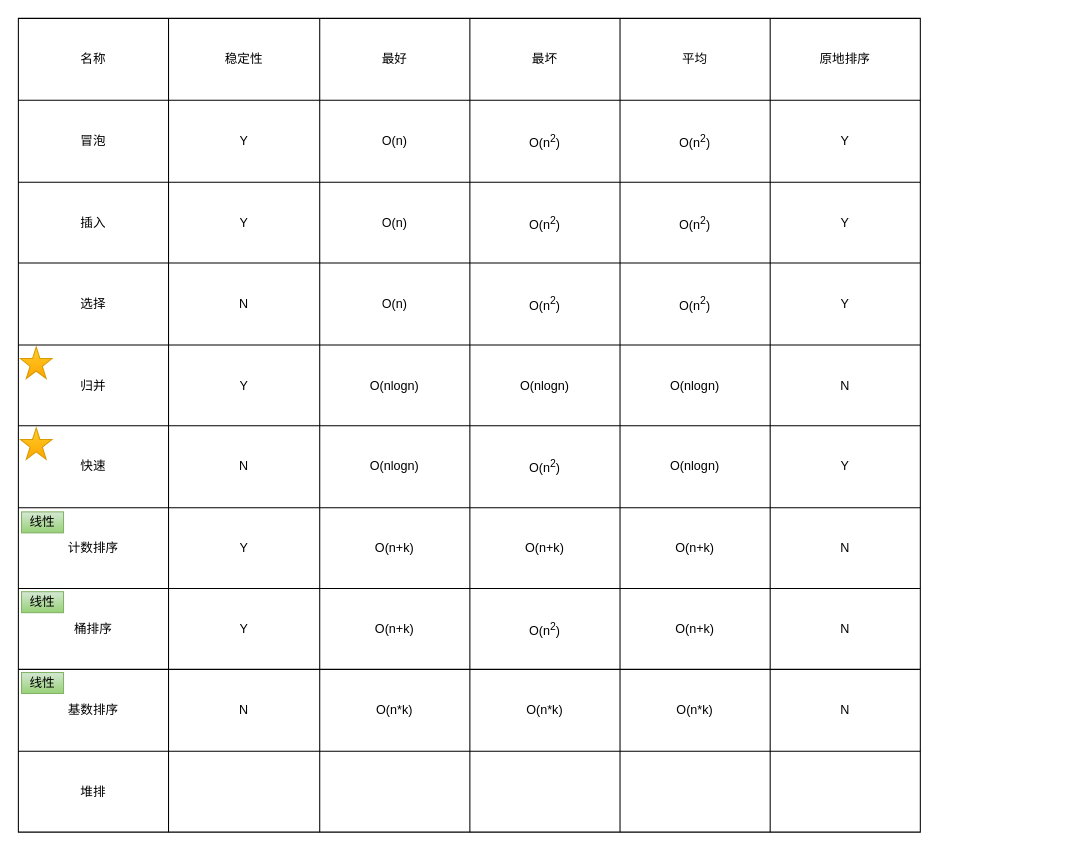
The draw.io diagram page "排序" (2 of 2) of 算法与数据结构.drawio in bayern01kahn/Tech_Diagrams, before the edit. Source tidied: cells renumbered, new cells numbered last; positions are measured from the earlier drawing's top-left corner, leaving out a move shared by most shapes. Both pictures are drawn from the tidied source at 105%, with x=0, y=0 at pixel (18, 18).
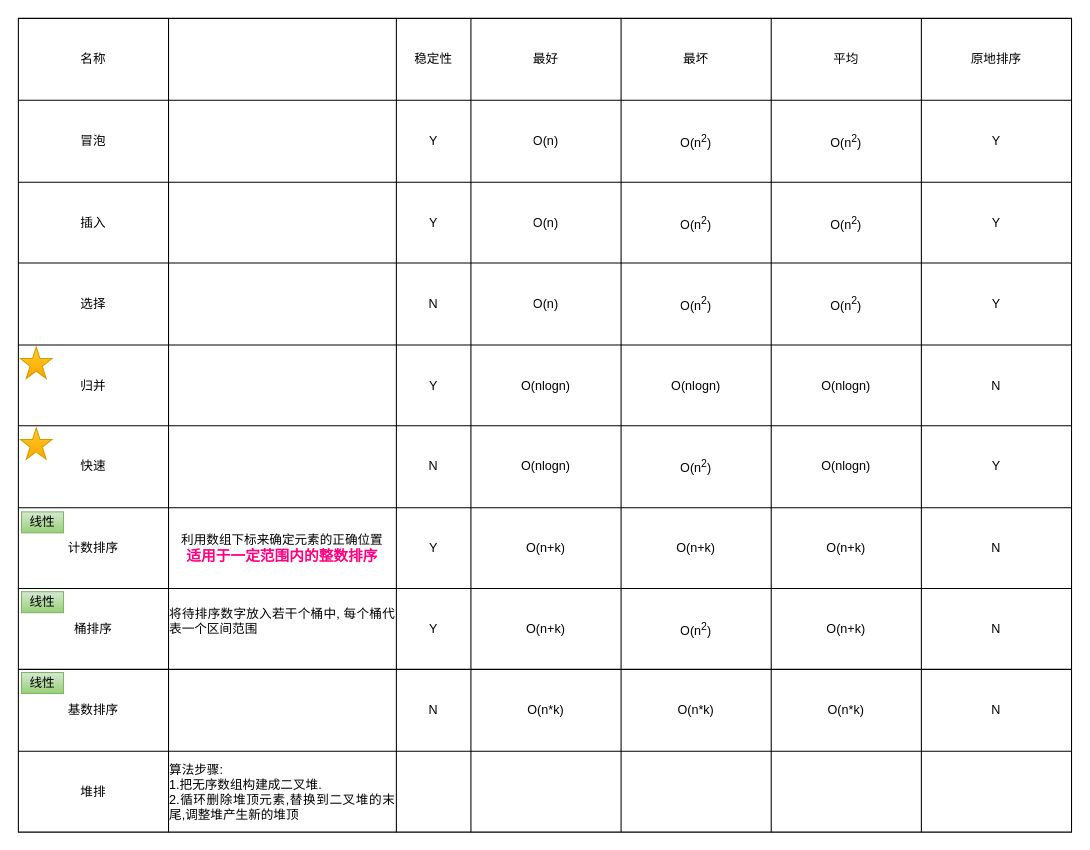
The same diagram, later.

What changed in the source:
```diff
@@
     <mxCell id="2" style="shape=table;html=1;whiteSpace=wrap;startSize=0;childLayout=tableLayout;strokeColor=#000000;fillColor=#ffffff;" parent="1" vertex="1">
-      <mxGeometry width="859" height="775" as="geometry" />
+      <mxGeometry width="1003" height="775" as="geometry" />
     </mxCell>
     <mxCell id="3" style="shape=partialRectangle;html=1;whiteSpace=wrap;fillColor=none;top=0;left=0;bottom=0;right=0;" parent="2" vertex="1">
-      <mxGeometry width="859" height="78" as="geometry" />
+      <mxGeometry width="1003" height="78" as="geometry" />
     </mxCell>
@@
+    <mxCell id="78" style="shape=partialRectangle;html=1;whiteSpace=wrap;fillColor=none;top=0;left=0;bottom=0;right=0;overflow=hidden;" parent="3" vertex="1">
+      <mxGeometry x="143" width="217" height="78" as="geometry" />
+    </mxCell>
     <mxCell id="5" value="稳定性" style="shape=partialRectangle;html=1;whiteSpace=wrap;fillColor=none;top=0;left=0;bottom=0;right=0;overflow=hidden;" parent="3" vertex="1">
-      <mxGeometry x="143" width="144" height="78" as="geometry" />
+      <mxGeometry x="360" width="71" height="78" as="geometry" />
     </mxCell>
     <mxCell id="6" value="最好" style="shape=partialRectangle;html=1;whiteSpace=wrap;fillColor=none;top=0;left=0;bottom=0;right=0;overflow=hidden;" parent="3" vertex="1">
-      <mxGeometry x="287" width="143" height="78" as="geometry" />
+      <mxGeometry x="431" width="143" height="78" as="geometry" />
     </mxCell>
     <mxCell id="7" value="最坏" style="shape=partialRectangle;html=1;whiteSpace=wrap;fillColor=none;top=0;left=0;bottom=0;right=0;overflow=hidden;" parent="3" vertex="1">
-      <mxGeometry x="430" width="143" height="78" as="geometry" />
+      <mxGeometry x="574" width="143" height="78" as="geometry" />
     </mxCell>
     <mxCell id="8" value="平均" style="shape=partialRectangle;html=1;whiteSpace=wrap;fillColor=none;top=0;left=0;bottom=0;right=0;overflow=hidden;" parent="3" vertex="1">
-      <mxGeometry x="573" width="143" height="78" as="geometry" />
+      <mxGeometry x="717" width="143" height="78" as="geometry" />
     </mxCell>
     <mxCell id="9" value="原地排序" style="shape=partialRectangle;html=1;whiteSpace=wrap;fillColor=none;top=0;left=0;bottom=0;right=0;overflow=hidden;" parent="3" vertex="1">
-      <mxGeometry x="716" width="143" height="78" as="geometry" />
+      <mxGeometry x="860" width="143" height="78" as="geometry" />
     </mxCell>
     <mxCell id="10" style="shape=partialRectangle;html=1;whiteSpace=wrap;fillColor=none;top=0;left=0;bottom=0;right=0;" parent="2" vertex="1">
-      <mxGeometry y="78" width="859" height="78" as="geometry" />
+      <mxGeometry y="78" width="1003" height="78" as="geometry" />
     </mxCell>
@@
+    <mxCell id="79" style="shape=partialRectangle;html=1;whiteSpace=wrap;fillColor=none;top=0;left=0;bottom=0;right=0;overflow=hidden;" parent="10" vertex="1">
+      <mxGeometry x="143" width="217" height="78" as="geometry" />
+    </mxCell>
     <mxCell id="12" value="Y" style="shape=partialRectangle;html=1;whiteSpace=wrap;fillColor=none;top=0;left=0;bottom=0;right=0;overflow=hidden;" parent="10" vertex="1">
-      <mxGeometry x="143" width="144" height="78" as="geometry" />
+      <mxGeometry x="360" width="71" height="78" as="geometry" />
     </mxCell>
     <mxCell id="13" value="O(n)" style="shape=partialRectangle;html=1;whiteSpace=wrap;fillColor=none;top=0;left=0;bottom=0;right=0;overflow=hidden;" parent="10" vertex="1">
-      <mxGeometry x="287" width="143" height="78" as="geometry" />
+      <mxGeometry x="431" width="143" height="78" as="geometry" />
     </mxCell>
     <mxCell id="14" value="O(n&lt;sup&gt;2&lt;/sup&gt;)" style="shape=partialRectangle;html=1;whiteSpace=wrap;fillColor=none;top=0;left=0;bottom=0;right=0;overflow=hidden;" parent="10" vertex="1">
-      <mxGeometry x="430" width="143" height="78" as="geometry" />
+      <mxGeometry x="574" width="143" height="78" as="geometry" />
     </mxCell>
     <mxCell id="15" value="&lt;span&gt;O(n&lt;/span&gt;&lt;sup&gt;2&lt;/sup&gt;&lt;span&gt;)&lt;/span&gt;" style="shape=partialRectangle;html=1;whiteSpace=wrap;fillColor=none;top=0;left=0;bottom=0;right=0;overflow=hidden;" parent="10" vertex="1">
-      <mxGeometry x="573" width="143" height="78" as="geometry" />
+      <mxGeometry x="717" width="143" height="78" as="geometry" />
     </mxCell>
     <mxCell id="16" value="Y" style="shape=partialRectangle;html=1;whiteSpace=wrap;fillColor=none;top=0;left=0;bottom=0;right=0;overflow=hidden;" parent="10" vertex="1">
-      <mxGeometry x="716" width="143" height="78" as="geometry" />
+      <mxGeometry x="860" width="143" height="78" as="geometry" />
     </mxCell>
     <mxCell id="17" style="shape=partialRectangle;html=1;whiteSpace=wrap;fillColor=none;top=0;left=0;bottom=0;right=0;" parent="2" vertex="1">
-      <mxGeometry y="156" width="859" height="77" as="geometry" />
+      <mxGeometry y="156" width="1003" height="77" as="geometry" />
     </mxCell>
@@
+    <mxCell id="80" style="shape=partialRectangle;html=1;whiteSpace=wrap;fillColor=none;top=0;left=0;bottom=0;right=0;overflow=hidden;" parent="17" vertex="1">
+      <mxGeometry x="143" width="217" height="77" as="geometry" />
+    </mxCell>
     <mxCell id="19" value="Y" style="shape=partialRectangle;html=1;whiteSpace=wrap;fillColor=none;top=0;left=0;bottom=0;right=0;overflow=hidden;" parent="17" vertex="1">
-      <mxGeometry x="143" width="144" height="77" as="geometry" />
+      <mxGeometry x="360" width="71" height="77" as="geometry" />
     </mxCell>
     <mxCell id="20" value="&lt;span&gt;O(n)&lt;/span&gt;" style="shape=partialRectangle;html=1;whiteSpace=wrap;fillColor=none;top=0;left=0;bottom=0;right=0;overflow=hidden;" parent="17" vertex="1">
-      <mxGeometry x="287" width="143" height="77" as="geometry" />
+      <mxGeometry x="431" width="143" height="77" as="geometry" />
     </mxCell>
     <mxCell id="21" value="&lt;span&gt;O(n&lt;/span&gt;&lt;sup&gt;2&lt;/sup&gt;&lt;span&gt;)&lt;/span&gt;" style="shape=partialRectangle;html=1;whiteSpace=wrap;fillColor=none;top=0;left=0;bottom=0;right=0;overflow=hidden;" parent="17" vertex="1">
-      <mxGeometry x="430" width="143" height="77" as="geometry" />
+      <mxGeometry x="574" width="143" height="77" as="geometry" />
     </mxCell>
     <mxCell id="22" value="&lt;span&gt;O(n&lt;/span&gt;&lt;sup&gt;2&lt;/sup&gt;&lt;span&gt;)&lt;/span&gt;" style="shape=partialRectangle;html=1;whiteSpace=wrap;fillColor=none;top=0;left=0;bottom=0;right=0;overflow=hidden;" parent="17" vertex="1">
-      <mxGeometry x="573" width="143" height="77" as="geometry" />
+      <mxGeometry x="717" width="143" height="77" as="geometry" />
     </mxCell>
     <mxCell id="23" value="Y" style="shape=partialRectangle;html=1;whiteSpace=wrap;fillColor=none;top=0;left=0;bottom=0;right=0;overflow=hidden;" parent="17" vertex="1">
-      <mxGeometry x="716" width="143" height="77" as="geometry" />
+      <mxGeometry x="860" width="143" height="77" as="geometry" />
     </mxCell>
     <mxCell id="24" style="shape=partialRectangle;html=1;whiteSpace=wrap;fillColor=none;top=0;left=0;bottom=0;right=0;" parent="2" vertex="1">
-      <mxGeometry y="233" width="859" height="78" as="geometry" />
+      <mxGeometry y="233" width="1003" height="78" as="geometry" />
     </mxCell>
@@
+    <mxCell id="81" style="shape=partialRectangle;html=1;whiteSpace=wrap;fillColor=none;top=0;left=0;bottom=0;right=0;overflow=hidden;" parent="24" vertex="1">
+      <mxGeometry x="143" width="217" height="78" as="geometry" />
+    </mxCell>
     <mxCell id="26" value="N" style="shape=partialRectangle;html=1;whiteSpace=wrap;fillColor=none;top=0;left=0;bottom=0;right=0;overflow=hidden;" parent="24" vertex="1">
-      <mxGeometry x="143" width="144" height="78" as="geometry" />
+      <mxGeometry x="360" width="71" height="78" as="geometry" />
     </mxCell>
     <mxCell id="27" value="&lt;span&gt;O(n)&lt;/span&gt;" style="shape=partialRectangle;html=1;whiteSpace=wrap;fillColor=none;top=0;left=0;bottom=0;right=0;overflow=hidden;" parent="24" vertex="1">
-      <mxGeometry x="287" width="143" height="78" as="geometry" />
+      <mxGeometry x="431" width="143" height="78" as="geometry" />
     </mxCell>
     <mxCell id="28" value="&lt;span&gt;O(n&lt;/span&gt;&lt;sup&gt;2&lt;/sup&gt;&lt;span&gt;)&lt;/span&gt;" style="shape=partialRectangle;html=1;whiteSpace=wrap;fillColor=none;top=0;left=0;bottom=0;right=0;overflow=hidden;" parent="24" vertex="1">
-      <mxGeometry x="430" width="143" height="78" as="geometry" />
+      <mxGeometry x="574" width="143" height="78" as="geometry" />
     </mxCell>
     <mxCell id="29" value="&lt;span&gt;O(n&lt;/span&gt;&lt;sup&gt;2&lt;/sup&gt;&lt;span&gt;)&lt;/span&gt;" style="shape=partialRectangle;html=1;whiteSpace=wrap;fillColor=none;top=0;left=0;bottom=0;right=0;overflow=hidden;" parent="24" vertex="1">
-      <mxGeometry x="573" width="143" height="78" as="geometry" />
+      <mxGeometry x="717" width="143" height="78" as="geometry" />
     </mxCell>
     <mxCell id="30" value="Y" style="shape=partialRectangle;html=1;whiteSpace=wrap;fillColor=none;top=0;left=0;bottom=0;right=0;overflow=hidden;" parent="24" vertex="1">
-      <mxGeometry x="716" width="143" height="78" as="geometry" />
+      <mxGeometry x="860" width="143" height="78" as="geometry" />
     </mxCell>
     <mxCell id="31" style="shape=partialRectangle;html=1;whiteSpace=wrap;fillColor=none;top=0;left=0;bottom=0;right=0;" parent="2" vertex="1">
-      <mxGeometry y="311" width="859" height="77" as="geometry" />
+      <mxGeometry y="311" width="1003" height="77" as="geometry" />
     </mxCell>
@@
+    <mxCell id="82" style="shape=partialRectangle;html=1;whiteSpace=wrap;fillColor=none;top=0;left=0;bottom=0;right=0;overflow=hidden;" parent="31" vertex="1">
+      <mxGeometry x="143" width="217" height="77" as="geometry" />
+    </mxCell>
     <mxCell id="33" value="Y" style="shape=partialRectangle;html=1;whiteSpace=wrap;fillColor=none;top=0;left=0;bottom=0;right=0;overflow=hidden;" parent="31" vertex="1">
-      <mxGeometry x="143" width="144" height="77" as="geometry" />
+      <mxGeometry x="360" width="71" height="77" as="geometry" />
     </mxCell>
     <mxCell id="34" value="&lt;span&gt;O(nlogn)&lt;/span&gt;" style="shape=partialRectangle;html=1;whiteSpace=wrap;fillColor=none;top=0;left=0;bottom=0;right=0;overflow=hidden;" parent="31" vertex="1">
-      <mxGeometry x="287" width="143" height="77" as="geometry" />
+      <mxGeometry x="431" width="143" height="77" as="geometry" />
     </mxCell>
     <mxCell id="35" value="&lt;span&gt;O(nlogn)&lt;/span&gt;" style="shape=partialRectangle;html=1;whiteSpace=wrap;fillColor=none;top=0;left=0;bottom=0;right=0;overflow=hidden;" parent="31" vertex="1">
-      <mxGeometry x="430" width="143" height="77" as="geometry" />
+      <mxGeometry x="574" width="143" height="77" as="geometry" />
     </mxCell>
     <mxCell id="36" value="&lt;span&gt;O(nlogn)&lt;/span&gt;" style="shape=partialRectangle;html=1;whiteSpace=wrap;fillColor=none;top=0;left=0;bottom=0;right=0;overflow=hidden;" parent="31" vertex="1">
-      <mxGeometry x="573" width="143" height="77" as="geometry" />
+      <mxGeometry x="717" width="143" height="77" as="geometry" />
     </mxCell>
     <mxCell id="37" value="N" style="shape=partialRectangle;html=1;whiteSpace=wrap;fillColor=none;top=0;left=0;bottom=0;right=0;overflow=hidden;" parent="31" vertex="1">
-      <mxGeometry x="716" width="143" height="77" as="geometry" />
+      <mxGeometry x="860" width="143" height="77" as="geometry" />
     </mxCell>
     <mxCell id="38" style="shape=partialRectangle;html=1;whiteSpace=wrap;fillColor=none;top=0;left=0;bottom=0;right=0;" parent="2" vertex="1">
-      <mxGeometry y="388" width="859" height="78" as="geometry" />
+      <mxGeometry y="388" width="1003" height="78" as="geometry" />
     </mxCell>
@@
+    <mxCell id="83" style="shape=partialRectangle;html=1;whiteSpace=wrap;fillColor=none;top=0;left=0;bottom=0;right=0;overflow=hidden;" parent="38" vertex="1">
+      <mxGeometry x="143" width="217" height="78" as="geometry" />
+    </mxCell>
     <mxCell id="40" value="N" style="shape=partialRectangle;html=1;whiteSpace=wrap;fillColor=none;top=0;left=0;bottom=0;right=0;overflow=hidden;" parent="38" vertex="1">
-      <mxGeometry x="143" width="144" height="78" as="geometry" />
+      <mxGeometry x="360" width="71" height="78" as="geometry" />
     </mxCell>
     <mxCell id="41" value="O(nlogn)" style="shape=partialRectangle;html=1;whiteSpace=wrap;fillColor=none;top=0;left=0;bottom=0;right=0;overflow=hidden;" parent="38" vertex="1">
-      <mxGeometry x="287" width="143" height="78" as="geometry" />
+      <mxGeometry x="431" width="143" height="78" as="geometry" />
     </mxCell>
     <mxCell id="42" value="&lt;span&gt;O(n&lt;/span&gt;&lt;sup&gt;2&lt;/sup&gt;&lt;span&gt;)&lt;/span&gt;" style="shape=partialRectangle;html=1;whiteSpace=wrap;fillColor=none;top=0;left=0;bottom=0;right=0;overflow=hidden;" parent="38" vertex="1">
-      <mxGeometry x="430" width="143" height="78" as="geometry" />
+      <mxGeometry x="574" width="143" height="78" as="geometry" />
     </mxCell>
     <mxCell id="43" value="&lt;span&gt;O(nlogn)&lt;/span&gt;" style="shape=partialRectangle;html=1;whiteSpace=wrap;fillColor=none;top=0;left=0;bottom=0;right=0;overflow=hidden;" parent="38" vertex="1">
-      <mxGeometry x="573" width="143" height="78" as="geometry" />
+      <mxGeometry x="717" width="143" height="78" as="geometry" />
     </mxCell>
     <mxCell id="44" value="Y" style="shape=partialRectangle;html=1;whiteSpace=wrap;fillColor=none;top=0;left=0;bottom=0;right=0;overflow=hidden;" parent="38" vertex="1">
-      <mxGeometry x="716" width="143" height="78" as="geometry" />
+      <mxGeometry x="860" width="143" height="78" as="geometry" />
     </mxCell>
     <mxCell id="45" style="shape=partialRectangle;html=1;whiteSpace=wrap;fillColor=none;top=0;left=0;bottom=0;right=0;" parent="2" vertex="1">
-      <mxGeometry y="466" width="859" height="77" as="geometry" />
+      <mxGeometry y="466" width="1003" height="77" as="geometry" />
     </mxCell>
@@
+    <mxCell id="84" value="利用数组下标来确定元素的正确位置&lt;br&gt;&lt;b&gt;&lt;font style=&quot;font-size: 14px&quot; color=&quot;#ff0080&quot;&gt;适用于一定范围内的整数排序&lt;/font&gt;&lt;/b&gt;" style="shape=partialRectangle;html=1;whiteSpace=wrap;fillColor=none;top=0;left=0;bottom=0;right=0;overflow=hidden;" parent="45" vertex="1">
+      <mxGeometry x="143" width="217" height="77" as="geometry" />
+    </mxCell>
     <mxCell id="47" value="Y" style="shape=partialRectangle;html=1;whiteSpace=wrap;fillColor=none;top=0;left=0;bottom=0;right=0;overflow=hidden;" parent="45" vertex="1">
-      <mxGeometry x="143" width="144" height="77" as="geometry" />
+      <mxGeometry x="360" width="71" height="77" as="geometry" />
     </mxCell>
     <mxCell id="48" value="O(n+k)" style="shape=partialRectangle;html=1;whiteSpace=wrap;fillColor=none;top=0;left=0;bottom=0;right=0;overflow=hidden;" parent="45" vertex="1">
-      <mxGeometry x="287" width="143" height="77" as="geometry" />
+      <mxGeometry x="431" width="143" height="77" as="geometry" />
     </mxCell>
     <mxCell id="49" value="&lt;span&gt;O(n+k)&lt;/span&gt;" style="shape=partialRectangle;html=1;whiteSpace=wrap;fillColor=none;top=0;left=0;bottom=0;right=0;overflow=hidden;" parent="45" vertex="1">
-      <mxGeometry x="430" width="143" height="77" as="geometry" />
+      <mxGeometry x="574" width="143" height="77" as="geometry" />
     </mxCell>
     <mxCell id="50" value="&lt;span&gt;O(n+k)&lt;/span&gt;" style="shape=partialRectangle;html=1;whiteSpace=wrap;fillColor=none;top=0;left=0;bottom=0;right=0;overflow=hidden;" parent="45" vertex="1">
-      <mxGeometry x="573" width="143" height="77" as="geometry" />
+      <mxGeometry x="717" width="143" height="77" as="geometry" />
     </mxCell>
     <mxCell id="51" value="N" style="shape=partialRectangle;html=1;whiteSpace=wrap;fillColor=none;top=0;left=0;bottom=0;right=0;overflow=hidden;" parent="45" vertex="1">
-      <mxGeometry x="716" width="143" height="77" as="geometry" />
+      <mxGeometry x="860" width="143" height="77" as="geometry" />
     </mxCell>
     <mxCell id="52" style="shape=partialRectangle;html=1;whiteSpace=wrap;fillColor=none;top=0;left=0;bottom=0;right=0;" parent="2" vertex="1">
-      <mxGeometry y="543" width="859" height="77" as="geometry" />
+      <mxGeometry y="543" width="1003" height="77" as="geometry" />
     </mxCell>
@@
+    <mxCell id="85" value="&lt;div style=&quot;text-align: justify&quot;&gt;&lt;span&gt;将待排序数字放入&lt;/span&gt;&lt;span&gt;若干个桶中, 每个桶代表一个区间范围&lt;/span&gt;&lt;/div&gt;&lt;div style=&quot;text-align: justify&quot;&gt;&lt;br&gt;&lt;/div&gt;" style="shape=partialRectangle;html=1;whiteSpace=wrap;fillColor=none;top=0;left=0;bottom=0;right=0;overflow=hidden;" parent="52" vertex="1">
+      <mxGeometry x="143" width="217" height="77" as="geometry" />
+    </mxCell>
     <mxCell id="54" value="Y" style="shape=partialRectangle;html=1;whiteSpace=wrap;fillColor=none;top=0;left=0;bottom=0;right=0;overflow=hidden;" parent="52" vertex="1">
-      <mxGeometry x="143" width="144" height="77" as="geometry" />
+      <mxGeometry x="360" width="71" height="77" as="geometry" />
     </mxCell>
     <mxCell id="55" value="&lt;span&gt;O(n+k)&lt;/span&gt;" style="shape=partialRectangle;html=1;whiteSpace=wrap;fillColor=none;top=0;left=0;bottom=0;right=0;overflow=hidden;" parent="52" vertex="1">
-      <mxGeometry x="287" width="143" height="77" as="geometry" />
+      <mxGeometry x="431" width="143" height="77" as="geometry" />
     </mxCell>
     <mxCell id="56" value="O(n&lt;sup&gt;2&lt;/sup&gt;)" style="shape=partialRectangle;html=1;whiteSpace=wrap;fillColor=none;top=0;left=0;bottom=0;right=0;overflow=hidden;" parent="52" vertex="1">
-      <mxGeometry x="430" width="143" height="77" as="geometry" />
+      <mxGeometry x="574" width="143" height="77" as="geometry" />
     </mxCell>
     <mxCell id="57" value="&lt;span&gt;O(n+k)&lt;/span&gt;" style="shape=partialRectangle;html=1;whiteSpace=wrap;fillColor=none;top=0;left=0;bottom=0;right=0;overflow=hidden;" parent="52" vertex="1">
-      <mxGeometry x="573" width="143" height="77" as="geometry" />
+      <mxGeometry x="717" width="143" height="77" as="geometry" />
     </mxCell>
     <mxCell id="58" value="N" style="shape=partialRectangle;html=1;whiteSpace=wrap;fillColor=none;top=0;left=0;bottom=0;right=0;overflow=hidden;" parent="52" vertex="1">
-      <mxGeometry x="716" width="143" height="77" as="geometry" />
+      <mxGeometry x="860" width="143" height="77" as="geometry" />
     </mxCell>
     <mxCell id="59" style="shape=partialRectangle;html=1;whiteSpace=wrap;fillColor=none;top=0;left=0;bottom=0;right=0;" parent="2" vertex="1">
-      <mxGeometry y="620" width="859" height="78" as="geometry" />
+      <mxGeometry y="620" width="1003" height="78" as="geometry" />
     </mxCell>
@@
+    <mxCell id="86" style="shape=partialRectangle;html=1;whiteSpace=wrap;fillColor=none;top=0;left=0;bottom=0;right=0;overflow=hidden;" parent="59" vertex="1">
+      <mxGeometry x="143" width="217" height="78" as="geometry" />
+    </mxCell>
     <mxCell id="61" value="N" style="shape=partialRectangle;html=1;whiteSpace=wrap;fillColor=none;top=0;left=0;bottom=0;right=0;overflow=hidden;" parent="59" vertex="1">
-      <mxGeometry x="143" width="144" height="78" as="geometry" />
+      <mxGeometry x="360" width="71" height="78" as="geometry" />
     </mxCell>
     <mxCell id="62" value="&lt;span&gt;O(n*k)&lt;/span&gt;" style="shape=partialRectangle;html=1;whiteSpace=wrap;fillColor=none;top=0;left=0;bottom=0;right=0;overflow=hidden;" parent="59" vertex="1">
-      <mxGeometry x="287" width="143" height="78" as="geometry" />
+      <mxGeometry x="431" width="143" height="78" as="geometry" />
     </mxCell>
     <mxCell id="63" value="&lt;span&gt;O(n*k)&lt;/span&gt;" style="shape=partialRectangle;html=1;whiteSpace=wrap;fillColor=none;top=0;left=0;bottom=0;right=0;overflow=hidden;" parent="59" vertex="1">
-      <mxGeometry x="430" width="143" height="78" as="geometry" />
+      <mxGeometry x="574" width="143" height="78" as="geometry" />
     </mxCell>
     <mxCell id="64" value="&lt;span&gt;O(n*k)&lt;/span&gt;" style="shape=partialRectangle;html=1;whiteSpace=wrap;fillColor=none;top=0;left=0;bottom=0;right=0;overflow=hidden;" parent="59" vertex="1">
-      <mxGeometry x="573" width="143" height="78" as="geometry" />
+      <mxGeometry x="717" width="143" height="78" as="geometry" />
     </mxCell>
     <mxCell id="65" value="N" style="shape=partialRectangle;html=1;whiteSpace=wrap;fillColor=none;top=0;left=0;bottom=0;right=0;overflow=hidden;" parent="59" vertex="1">
-      <mxGeometry x="716" width="143" height="78" as="geometry" />
+      <mxGeometry x="860" width="143" height="78" as="geometry" />
     </mxCell>
     <mxCell id="66" style="shape=partialRectangle;html=1;whiteSpace=wrap;fillColor=none;top=0;left=0;bottom=0;right=0;" parent="2" vertex="1">
-      <mxGeometry y="698" width="859" height="77" as="geometry" />
+      <mxGeometry y="698" width="1003" height="77" as="geometry" />
     </mxCell>
@@
+    <mxCell id="87" value="&lt;div style=&quot;text-align: justify&quot;&gt;&lt;span&gt;算法步骤:&lt;/span&gt;&lt;/div&gt;&lt;div style=&quot;text-align: justify&quot;&gt;&lt;span&gt;1.把无序数组构建成二叉堆.&lt;/span&gt;&lt;/div&gt;&lt;div style=&quot;text-align: justify&quot;&gt;&lt;span&gt;2.循环删除堆顶元素,替换到二叉堆的末尾,调整堆产生新的堆顶&lt;/span&gt;&lt;/div&gt;" style="shape=partialRectangle;html=1;whiteSpace=wrap;fillColor=none;top=0;left=0;bottom=0;right=0;overflow=hidden;" parent="66" vertex="1">
+      <mxGeometry x="143" width="217" height="77" as="geometry" />
+    </mxCell>
     <mxCell id="68" style="shape=partialRectangle;html=1;whiteSpace=wrap;fillColor=none;top=0;left=0;bottom=0;right=0;overflow=hidden;" parent="66" vertex="1">
-      <mxGeometry x="143" width="144" height="77" as="geometry" />
+      <mxGeometry x="360" width="71" height="77" as="geometry" />
     </mxCell>
     <mxCell id="69" style="shape=partialRectangle;html=1;whiteSpace=wrap;fillColor=none;top=0;left=0;bottom=0;right=0;overflow=hidden;" parent="66" vertex="1">
-      <mxGeometry x="287" width="143" height="77" as="geometry" />
+      <mxGeometry x="431" width="143" height="77" as="geometry" />
     </mxCell>
     <mxCell id="70" style="shape=partialRectangle;html=1;whiteSpace=wrap;fillColor=none;top=0;left=0;bottom=0;right=0;overflow=hidden;" parent="66" vertex="1">
-      <mxGeometry x="430" width="143" height="77" as="geometry" />
+      <mxGeometry x="574" width="143" height="77" as="geometry" />
     </mxCell>
     <mxCell id="71" style="shape=partialRectangle;html=1;whiteSpace=wrap;fillColor=none;top=0;left=0;bottom=0;right=0;overflow=hidden;" parent="66" vertex="1">
-      <mxGeometry x="573" width="143" height="77" as="geometry" />
+      <mxGeometry x="717" width="143" height="77" as="geometry" />
     </mxCell>
     <mxCell id="72" style="shape=partialRectangle;html=1;whiteSpace=wrap;fillColor=none;top=0;left=0;bottom=0;right=0;overflow=hidden;" parent="66" vertex="1">
-      <mxGeometry x="716" width="143" height="77" as="geometry" />
+      <mxGeometry x="860" width="143" height="77" as="geometry" />
     </mxCell>
```
